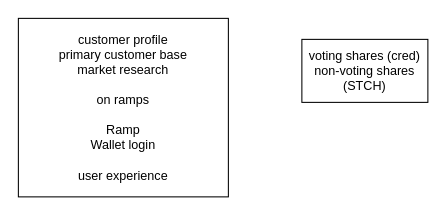
Above: Untitled Diagram.drawio in decentralvision/SNTCH-polygon (draw.io), before the change. Source tidied: cells renumbered, new cells numbered last; positions are measured from the earlier drawing's top-left corner, leaving out a move shared by most shapes. Both pictures are drawn from the tidied source at 105%, with x=0, y=0 at pixel (18, 18).
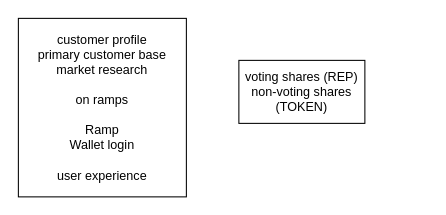
The same diagram, later.

Change to the diagram source:
```diff
@@
 <mxGraphModel>
   <root>
     <mxCell id="0" />
     <mxCell id="1" parent="0" />
     <mxCell id="2" value="customer profile&lt;br&gt;primary customer base&lt;br&gt;market research&lt;br&gt;&lt;br&gt;on ramps&lt;br&gt;&lt;br&gt;Ramp&lt;br&gt;Wallet login&lt;br&gt;&lt;br&gt;user experience&lt;br&gt;" style="rounded=0;whiteSpace=wrap;html=1;" parent="1" vertex="1">
-      <mxGeometry width="200" height="170" as="geometry" />
+      <mxGeometry width="160" height="170" as="geometry" />
     </mxCell>
-    <mxCell id="3" value="voting shares (cred)&lt;br&gt;non-voting shares (STCH)" style="rounded=0;whiteSpace=wrap;html=1;" parent="1" vertex="1">
-      <mxGeometry x="270" y="20" width="120" height="60" as="geometry" />
+    <mxCell id="3" value="voting shares (REP)&lt;br&gt;non-voting shares (TOKEN)" style="rounded=0;whiteSpace=wrap;html=1;" parent="1" vertex="1">
+      <mxGeometry x="210" y="40" width="120" height="60" as="geometry" />
     </mxCell>
   </root>
 </mxGraphModel>
```
